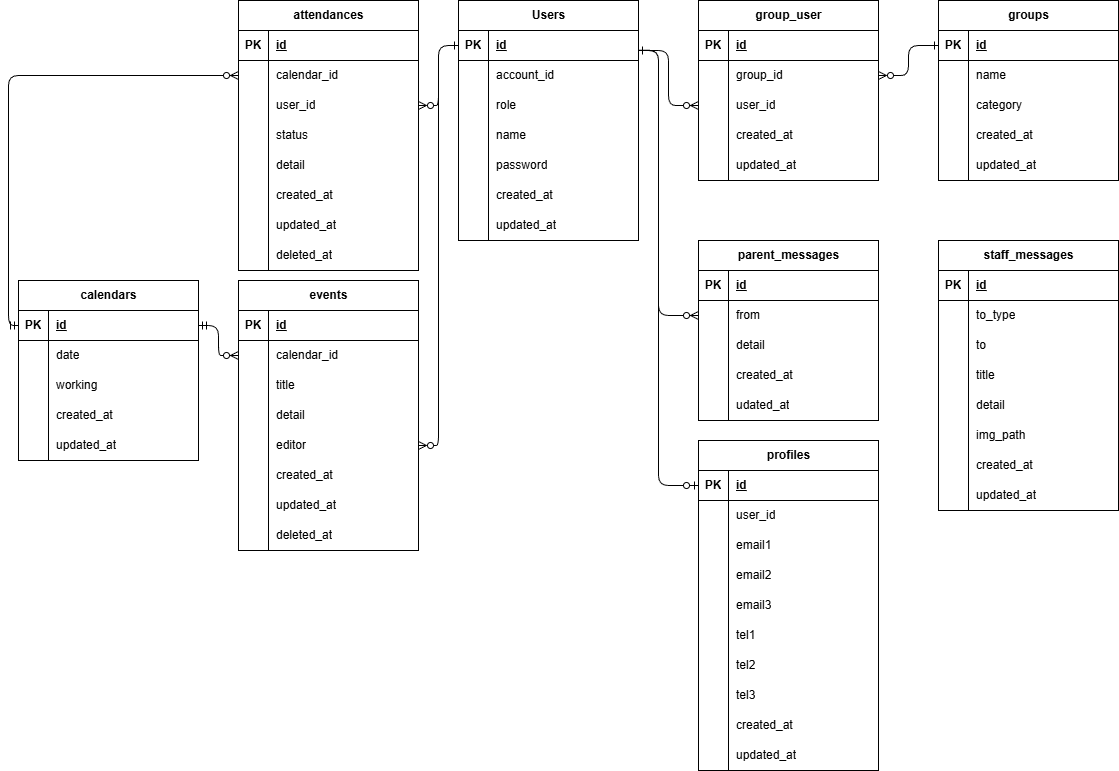
Above: ER.drawio.png in kasahara-dev/kasahara-spa1 (draw.io), before the change. Source tidied: cells renumbered, new cells last; positions are measured from the earlier drawing's top-left corner, leaving out a move shared by most shapes.
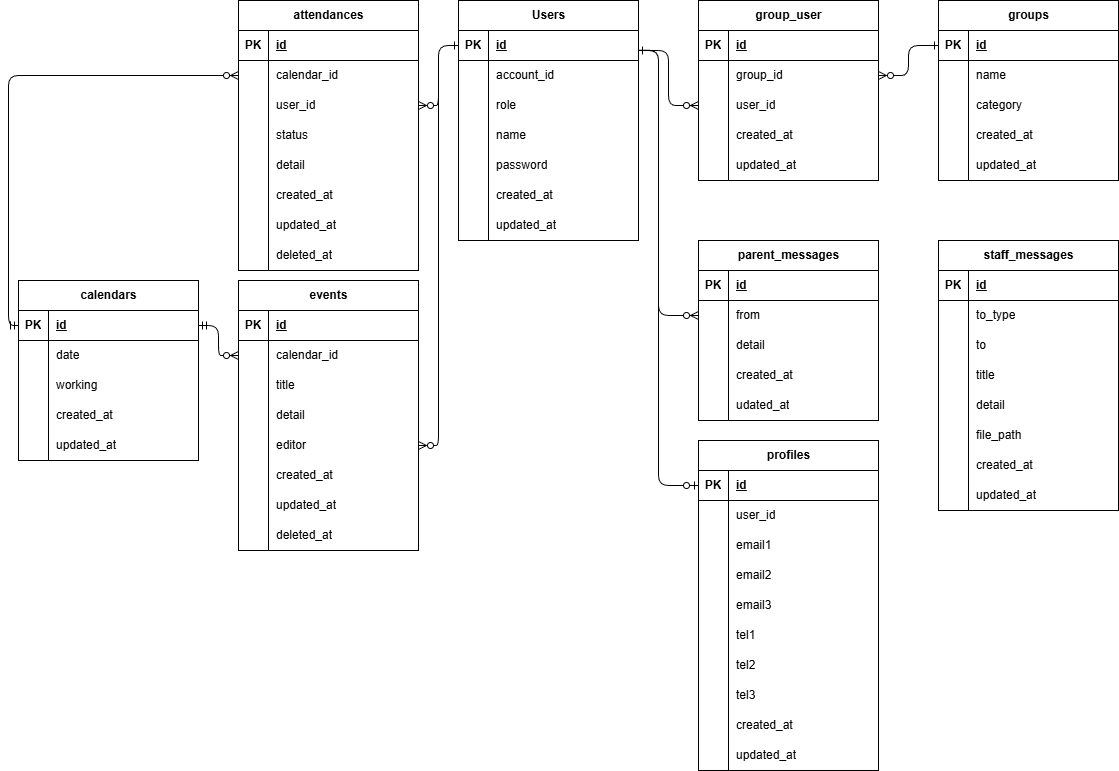
After the change.

The edit, as a diff of the source:
```diff
@@ -368,7 +368,7 @@
     <mxCell id="123" style="shape=partialRectangle;fillColor=none;top=0;left=0;bottom=0;right=0;overflow=hidden;whiteSpace=wrap;html=1;" parent="122" vertex="1">
       <mxGeometry width="30" height="30" as="geometry" />
     </mxCell>
-    <mxCell id="124" value="img_path" style="shape=partialRectangle;fillColor=none;top=0;left=0;bottom=0;right=0;align=left;spacingLeft=6;overflow=hidden;whiteSpace=wrap;html=1;" parent="122" vertex="1">
+    <mxCell id="124" value="file_path" style="shape=partialRectangle;fillColor=none;top=0;left=0;bottom=0;right=0;align=left;spacingLeft=6;overflow=hidden;whiteSpace=wrap;html=1;" parent="122" vertex="1">
       <mxGeometry x="30" width="150" height="30" as="geometry" />
     </mxCell>
     <mxCell id="125" style="shape=tableRow;horizontal=0;startSize=0;swimlaneHead=0;swimlaneBody=0;fillColor=none;top=0;left=0;right=0;bottom=0;" parent="106" vertex="1">
```
